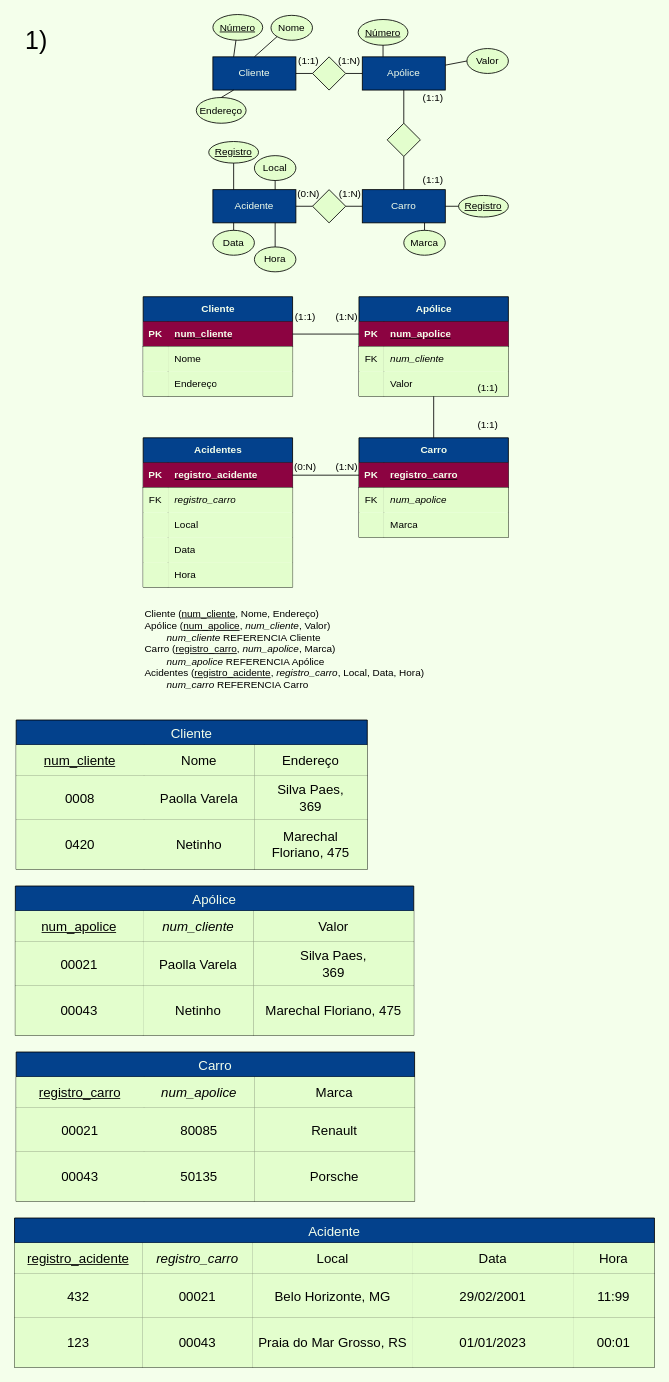
Above: relacionamento-tabela.drawio in pedrOfsilveira/BD-2023 (draw.io), before the change. Source tidied: cells renumbered, new cells numbered last; positions are measured from the earlier drawing's top-left corner, leaving out a move shared by most shapes. Both pictures are drawn from the tidied source at 83%, with x=0, y=0 at pixel (14, 14).
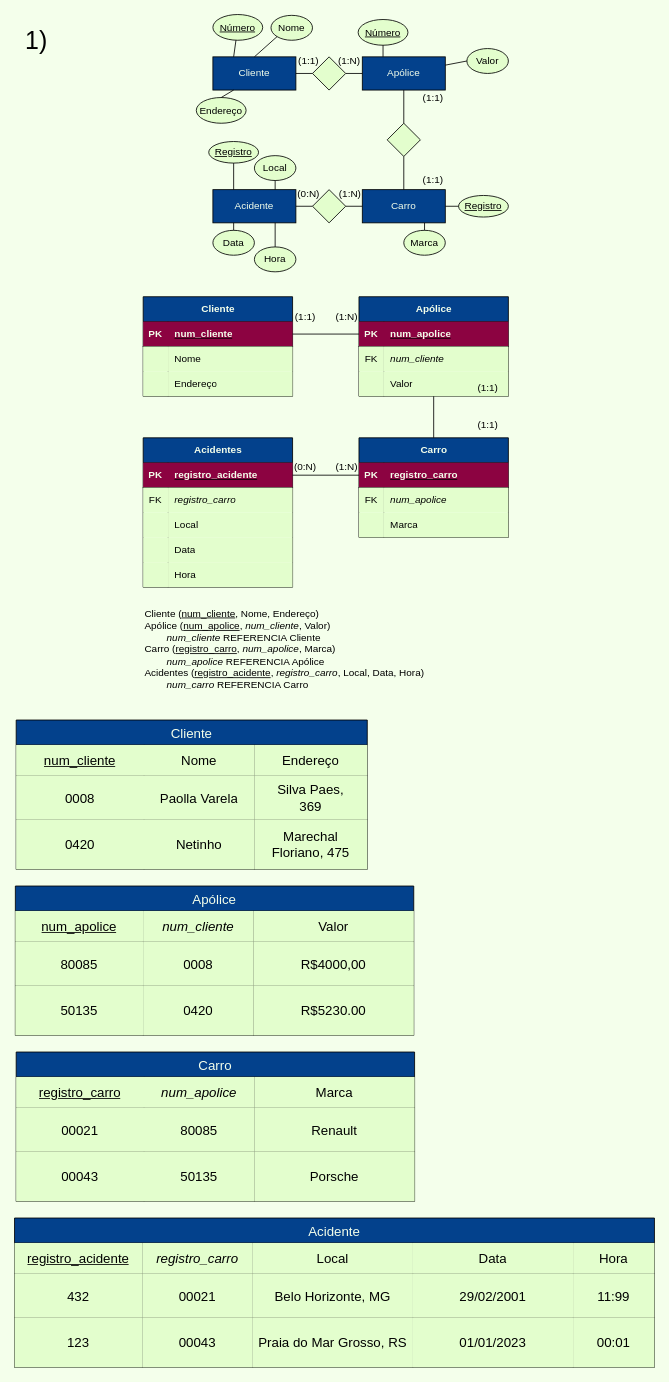
The same diagram, later.

Unchanged cells that the change refers to:
```xml
<mxCell id="118" style="shape=tableRow;horizontal=0;startSize=0;swimlaneHead=0;swimlaneBody=0;strokeColor=inherit;top=0;left=0;bottom=0;right=0;fillColor=none;fontSize=16;" parent="113" vertex="1">
  <mxGeometry y="67" width="480" height="53" as="geometry" />
</mxCell>
<mxCell id="122" style="shape=tableRow;horizontal=0;startSize=0;swimlaneHead=0;swimlaneBody=0;strokeColor=inherit;top=0;left=0;bottom=0;right=0;fillColor=none;fontSize=16;" parent="113" vertex="1">
  <mxGeometry y="120" width="480" height="60" as="geometry" />
</mxCell>
```

The edit, as a diff of the source:
```diff
@@
-    <mxCell id="119" value="00021" style="shape=partialRectangle;html=1;whiteSpace=wrap;strokeColor=inherit;overflow=hidden;fillColor=#E3FECD;top=0;left=0;bottom=0;right=0;fontSize=16;" parent="118" vertex="1">
+    <mxCell id="119" value="80085" style="shape=partialRectangle;html=1;whiteSpace=wrap;strokeColor=inherit;overflow=hidden;fillColor=#E3FECD;top=0;left=0;bottom=0;right=0;fontSize=16;" parent="118" vertex="1">
       <mxGeometry width="154" height="53" as="geometry" />
     </mxCell>
-    <mxCell id="120" value="Paolla Varela" style="shape=partialRectangle;html=1;whiteSpace=wrap;strokeColor=inherit;overflow=hidden;fillColor=#E3FECD;top=0;left=0;bottom=0;right=0;fontSize=16;" parent="118" vertex="1">
+    <mxCell id="120" value="0008" style="shape=partialRectangle;html=1;whiteSpace=wrap;strokeColor=inherit;overflow=hidden;fillColor=#E3FECD;top=0;left=0;bottom=0;right=0;fontSize=16;" parent="118" vertex="1">
       <mxGeometry x="154" width="133" height="53" as="geometry" />
     </mxCell>
-    <mxCell id="121" value="Silva Paes,&lt;br&gt;369" style="shape=partialRectangle;html=1;whiteSpace=wrap;strokeColor=inherit;overflow=hidden;fillColor=#E3FECD;top=0;left=0;bottom=0;right=0;fontSize=16;" parent="118" vertex="1">
+    <mxCell id="121" value="R$4000,00" style="shape=partialRectangle;html=1;whiteSpace=wrap;strokeColor=inherit;overflow=hidden;fillColor=#E3FECD;top=0;left=0;bottom=0;right=0;fontSize=16;" parent="118" vertex="1">
       <mxGeometry x="287" width="193" height="53" as="geometry" />
     </mxCell>
@@
-    <mxCell id="123" value="00043" style="shape=partialRectangle;html=1;whiteSpace=wrap;strokeColor=inherit;overflow=hidden;fillColor=#E3FECD;top=0;left=0;bottom=0;right=0;fontSize=16;" parent="122" vertex="1">
+    <mxCell id="123" value="50135" style="shape=partialRectangle;html=1;whiteSpace=wrap;strokeColor=inherit;overflow=hidden;fillColor=#E3FECD;top=0;left=0;bottom=0;right=0;fontSize=16;" parent="122" vertex="1">
       <mxGeometry width="154" height="60" as="geometry" />
     </mxCell>
-    <mxCell id="124" value="Netinho" style="shape=partialRectangle;html=1;whiteSpace=wrap;strokeColor=inherit;overflow=hidden;fillColor=#E3FECD;top=0;left=0;bottom=0;right=0;fontSize=16;" parent="122" vertex="1">
+    <mxCell id="124" value="0420" style="shape=partialRectangle;html=1;whiteSpace=wrap;strokeColor=inherit;overflow=hidden;fillColor=#E3FECD;top=0;left=0;bottom=0;right=0;fontSize=16;" parent="122" vertex="1">
       <mxGeometry x="154" width="133" height="60" as="geometry" />
     </mxCell>
-    <mxCell id="125" value="Marechal Floriano,&amp;nbsp;475" style="shape=partialRectangle;html=1;whiteSpace=wrap;strokeColor=inherit;overflow=hidden;fillColor=#E3FECD;top=0;left=0;bottom=0;right=0;fontSize=16;" parent="122" vertex="1">
+    <mxCell id="125" value="R$5230.00" style="shape=partialRectangle;html=1;whiteSpace=wrap;strokeColor=inherit;overflow=hidden;fillColor=#E3FECD;top=0;left=0;bottom=0;right=0;fontSize=16;" parent="122" vertex="1">
       <mxGeometry x="287" width="193" height="60" as="geometry" />
     </mxCell>
```
